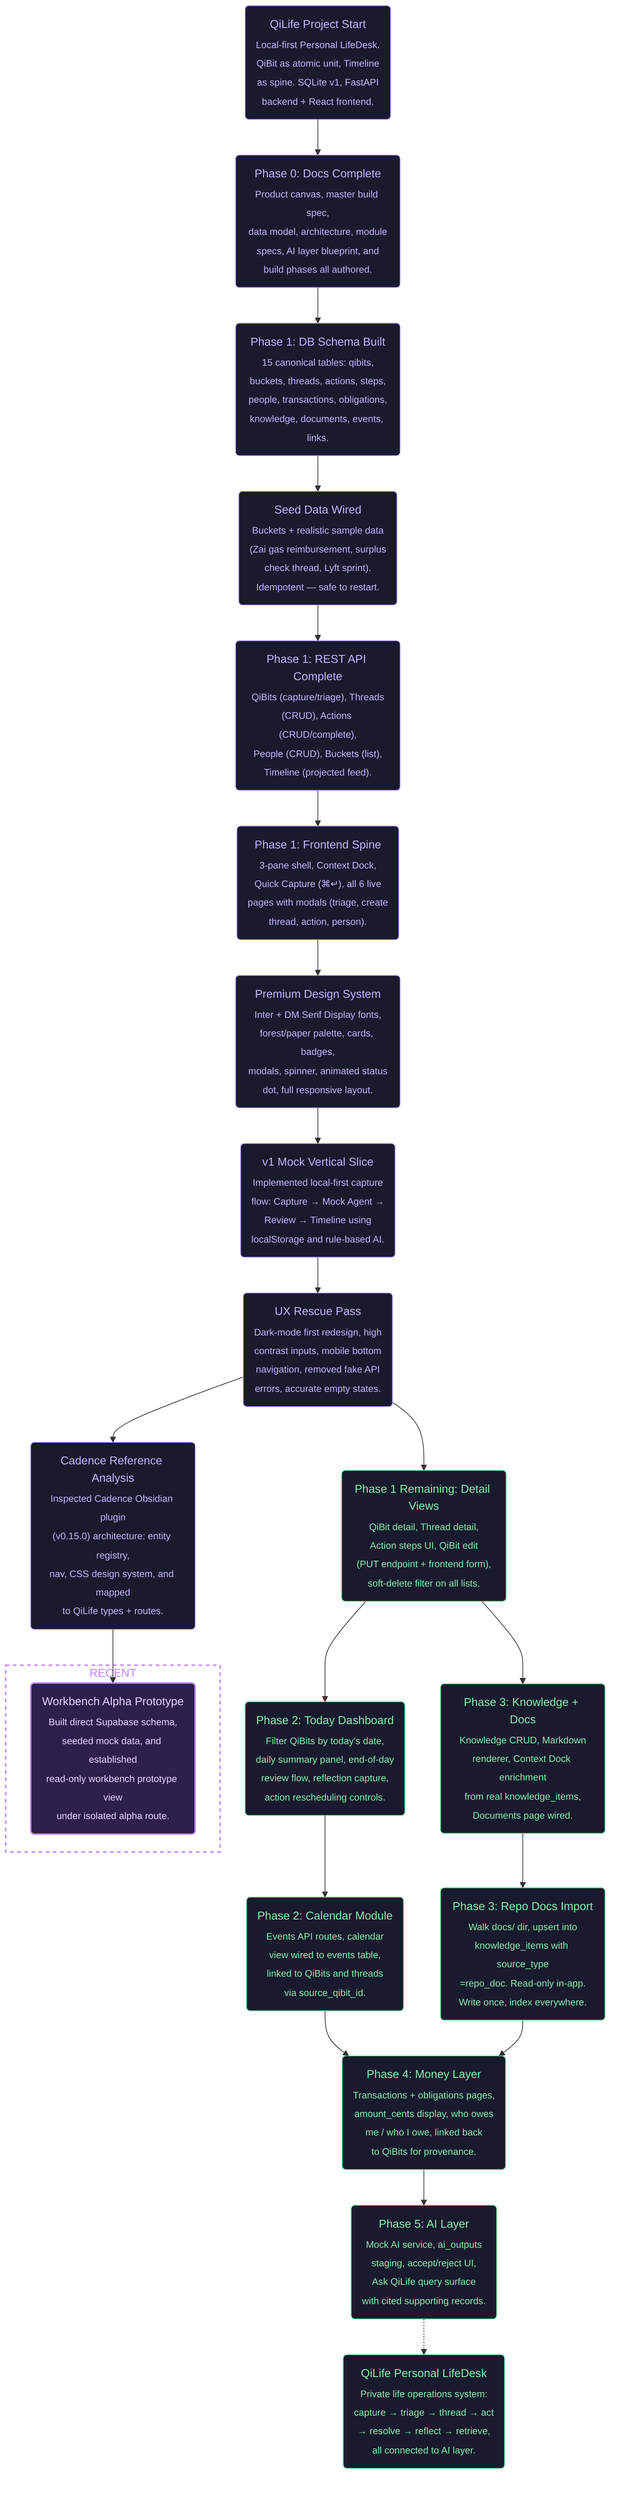
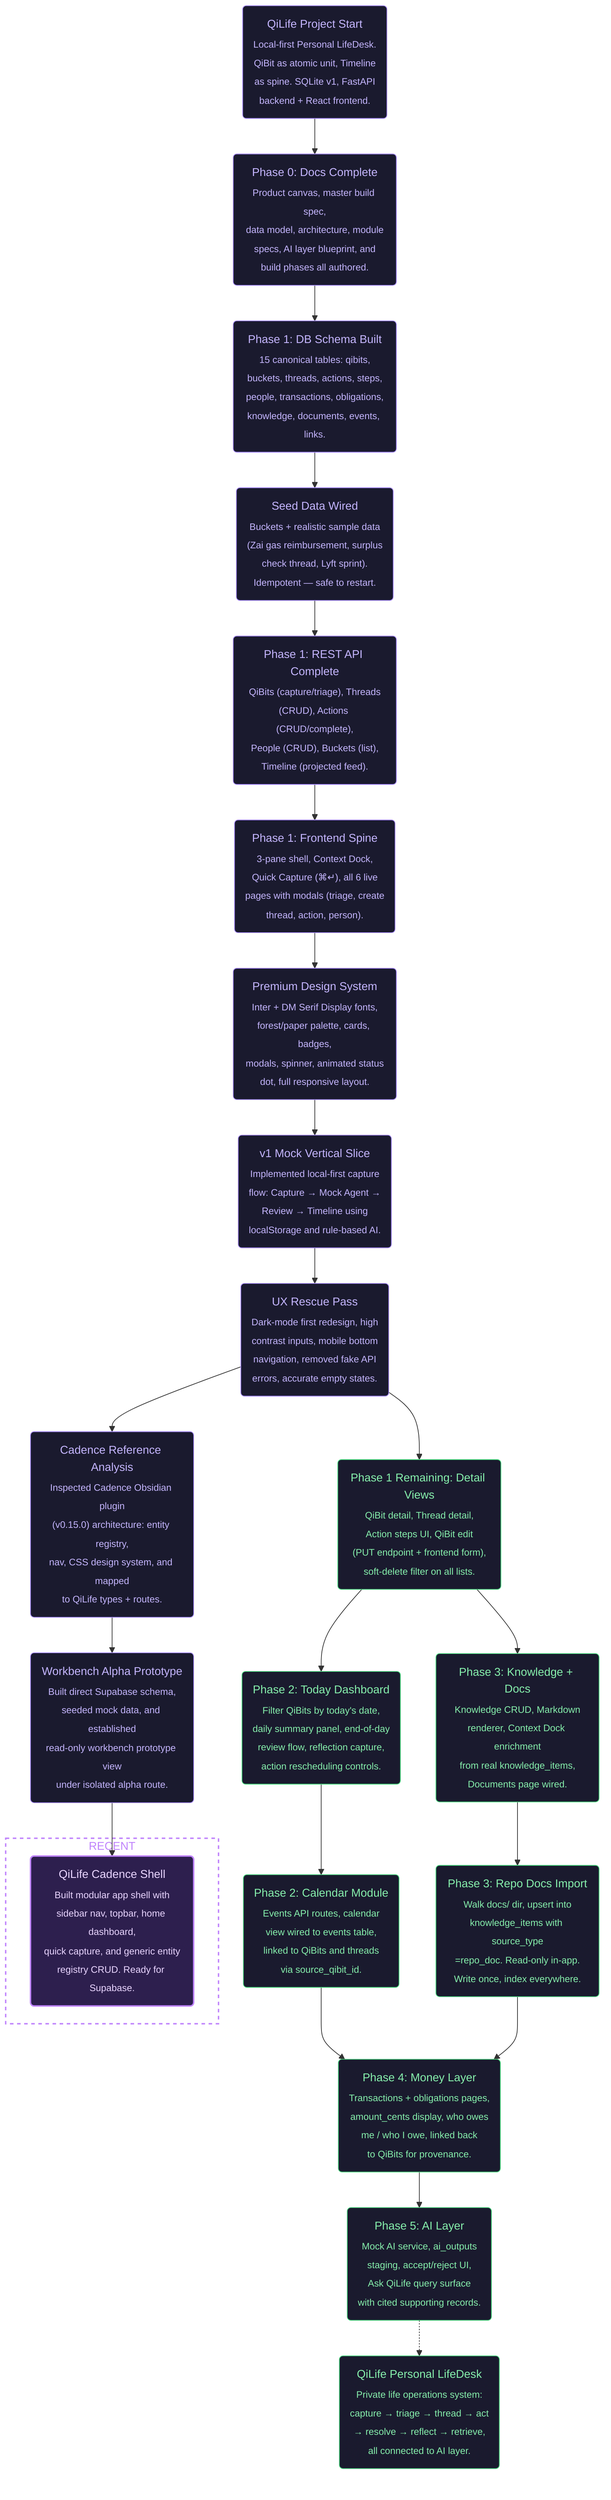
flowchart TD
    %% === PROJECT GOALS ===
    %% Ultimate Goal: QiLife — Cody's private Personal LifeDesk
    %% Current Goal: Phase 1 Spine complete, Cadence analysis done, move to Phase 2 Daily Command Layer

    %% === START ===
    %% @project_start [start, closed, 2026-05-29, cody]
    project_start("QiLife Project Start<br/><sub>Local-first Personal LifeDesk.<br/>QiBit as atomic unit, Timeline<br/>as spine. SQLite v1, FastAPI<br/>backend + React frontend.</sub>")

    %% @ultimate_goal [end, opened, 2026-05-29, cody]
    ultimate_goal("QiLife Personal LifeDesk<br/><sub>Private life operations system:<br/>capture → triage → thread → act<br/>→ resolve → reflect → retrieve,<br/>all connected to AI layer.</sub>")

    %% === PHASE 0 — DOCS ===
    %% @phase0_docs [ai-task, closed, 2026-05-29, cody]
    phase0_docs("Phase 0: Docs Complete<br/><sub>Product canvas, master build spec,<br/>data model, architecture, module<br/>specs, AI layer blueprint, and<br/>build phases all authored.</sub>")

    %% === PHASE 1 — SPINE ===
    %% @phase1_schema [ai-task, closed, 2026-05-29, codex]
    phase1_schema("Phase 1: DB Schema Built<br/><sub>15 canonical tables: qibits,<br/>buckets, threads, actions, steps,<br/>people, transactions, obligations,<br/>knowledge, documents, events, links.</sub>")

    %% @phase1_seed [ai-task, closed, 2026-05-29, codex]
    phase1_seed("Seed Data Wired<br/><sub>Buckets + realistic sample data<br/>(Zai gas reimbursement, surplus<br/>check thread, Lyft sprint).<br/>Idempotent — safe to restart.</sub>")

    %% @phase1_api [ai-task, closed, 2026-05-29, codex]
    phase1_api("Phase 1: REST API Complete<br/><sub>QiBits (capture/triage), Threads<br/>(CRUD), Actions (CRUD/complete),<br/>People (CRUD), Buckets (list),<br/>Timeline (projected feed).</sub>")

    %% @phase1_frontend [ai-task, closed, 2026-05-29, antigravity]
    phase1_frontend("Phase 1: Frontend Spine<br/><sub>3-pane shell, Context Dock,<br/>Quick Capture (⌘↵), all 6 live<br/>pages with modals (triage, create<br/>thread, action, person).</sub>")

    %% @phase1_design [ai-task, closed, 2026-05-29, antigravity]
    phase1_design("Premium Design System<br/><sub>Inter + DM Serif Display fonts,<br/>forest/paper palette, cards, badges,<br/>modals, spinner, animated status<br/>dot, full responsive layout.</sub>")

    %% === PHASE 2 — DAILY COMMAND ===
    %% @phase2_today [ai-task, opened, 2026-05-29, antigravity]
    phase2_today("Phase 2: Today Dashboard<br/><sub>Filter QiBits by today's date,<br/>daily summary panel, end-of-day<br/>review flow, reflection capture,<br/>action rescheduling controls.</sub>")

    %% @phase2_calendar [ai-task, opened, 2026-05-29, cody]
    phase2_calendar("Phase 2: Calendar Module<br/><sub>Events API routes, calendar<br/>view wired to events table,<br/>linked to QiBits and threads<br/>via source_qibit_id.</sub>")

    %% === PHASE 3 — CONTEXT LAYER ===
    %% @phase3_knowledge [ai-task, opened, 2026-05-29, cody]
    phase3_knowledge("Phase 3: Knowledge + Docs<br/><sub>Knowledge CRUD, Markdown<br/>renderer, Context Dock enrichment<br/>from real knowledge_items,<br/>Documents page wired.</sub>")

    %% @phase3_repo_import [ai-task, opened, 2026-05-29, cody]
    phase3_repo_import("Phase 3: Repo Docs Import<br/><sub>Walk docs/ dir, upsert into<br/>knowledge_items with source_type<br/>=repo_doc. Read-only in-app.<br/>Write once, index everywhere.</sub>")

    %% === PHASE 4 — MONEY ===
    %% @phase4_money [ai-task, opened, 2026-05-29, cody]
    phase4_money("Phase 4: Money Layer<br/><sub>Transactions + obligations pages,<br/>amount_cents display, who owes<br/>me / who I owe, linked back<br/>to QiBits for provenance.</sub>")

    %% === PHASE 5 — AI LAYER ===
    %% @phase5_ai [ai-task, opened, 2026-05-29, cody]
    phase5_ai("Phase 5: AI Layer<br/><sub>Mock AI service, ai_outputs<br/>staging, accept/reject UI,<br/>Ask QiLife query surface<br/>with cited supporting records.</sub>")

    %% === PHASE 1 REMAINING ===
    %% @phase1_detail_views [ai-task, opened, 2026-05-29, antigravity]
    phase1_detail_views("Phase 1 Remaining: Detail Views<br/><sub>QiBit detail, Thread detail,<br/>Action steps UI, QiBit edit<br/>(PUT endpoint + frontend form),<br/>soft-delete filter on all lists.</sub>")

    %% @phase1_mock_slice [ai-task, closed, 2026-05-30, antigravity]
    phase1_mock_slice("v1 Mock Vertical Slice<br/><sub>Implemented local-first capture<br/>flow: Capture → Mock Agent →<br/>Review → Timeline using<br/>localStorage and rule-based AI.</sub>")

    %% @phase1_ux_rescue [ai-task, closed, 2026-05-30, antigravity]
    phase1_ux_rescue("UX Rescue Pass<br/><sub>Dark-mode first redesign, high<br/>contrast inputs, mobile bottom<br/>navigation, removed fake API<br/>errors, accurate empty states.</sub>")

    %% === CADENCE REFERENCE ANALYSIS (parallel branch) ===
    %% @cadence_analysis [ai-task, closed, 2026-06-16, antigravity]
    cadence_analysis("Cadence Reference Analysis<br/><sub>Inspected Cadence Obsidian plugin<br/>(v0.15.0) architecture: entity registry,<br/>nav, CSS design system, and mapped<br/>to QiLife types + routes.</sub>")

    %% === PHASE 2 WORKBENCH PROTOTYPE ===
    %% @workbench_prototype [ai-task, closed, 2026-06-17, antigravity]
    workbench_prototype("Workbench Alpha Prototype<br/><sub>Built direct Supabase schema,<br/>seeded mock data, and established<br/>read-only workbench prototype view<br/>under isolated alpha route.</sub>")

+     %% === QILIFE CADENCE SHELL ===
+     %% @qilife_cadence_shell [ai-task, closed, 2026-06-23, antigravity]
+     qilife_cadence_shell("QiLife Cadence Shell<br/><sub>Built modular app shell with<br/>sidebar nav, topbar, home dashboard,<br/>quick capture, and generic entity<br/>registry CRUD. Ready for Supabase.</sub>")
+ 
    %% === CONNECTIONS ===
    project_start --> phase0_docs
    phase0_docs --> phase1_schema
    phase1_schema --> phase1_seed
    phase1_seed --> phase1_api
    phase1_api --> phase1_frontend
    phase1_frontend --> phase1_design
    phase1_design --> phase1_mock_slice
    phase1_mock_slice --> phase1_ux_rescue
    phase1_ux_rescue --> phase1_detail_views
    phase1_ux_rescue --> cadence_analysis
    cadence_analysis --> workbench_prototype
+     workbench_prototype --> qilife_cadence_shell

    phase1_detail_views --> phase2_today
    phase2_today --> phase2_calendar

    phase1_detail_views --> phase3_knowledge
    phase3_knowledge --> phase3_repo_import

    phase2_calendar --> phase4_money
    phase3_repo_import --> phase4_money

    phase4_money --> phase5_ai
    phase5_ai -.-> ultimate_goal

    %% === RECENT ===
    subgraph recent [RECENT]
-         workbench_prototype
+         qilife_cadence_shell
    end

    %% === STYLES ===
    %% Closed (soft purple)
    style project_start fill:#1a1a2e,stroke:#a78bfa,color:#c4b5fd,stroke-width:1px
    style phase0_docs fill:#1a1a2e,stroke:#a78bfa,color:#c4b5fd,stroke-width:1px
    style phase1_schema fill:#1a1a2e,stroke:#a78bfa,color:#c4b5fd,stroke-width:1px
    style phase1_seed fill:#1a1a2e,stroke:#a78bfa,color:#c4b5fd,stroke-width:1px
    style phase1_api fill:#1a1a2e,stroke:#a78bfa,color:#c4b5fd,stroke-width:1px
    style phase1_frontend fill:#1a1a2e,stroke:#a78bfa,color:#c4b5fd,stroke-width:1px
    style phase1_design fill:#1a1a2e,stroke:#a78bfa,color:#c4b5fd,stroke-width:1px
    style phase1_mock_slice fill:#1a1a2e,stroke:#a78bfa,color:#c4b5fd,stroke-width:1px
    style phase1_ux_rescue fill:#1a1a2e,stroke:#a78bfa,color:#c4b5fd,stroke-width:1px
    style cadence_analysis fill:#1a1a2e,stroke:#a78bfa,color:#c4b5fd,stroke-width:1px
-     style workbench_prototype fill:#2d1f4e,stroke:#c084fc,color:#e9d5ff,stroke-width:2px
+     style workbench_prototype fill:#1a1a2e,stroke:#a78bfa,color:#c4b5fd,stroke-width:1px
+     style qilife_cadence_shell fill:#2d1f4e,stroke:#c084fc,color:#e9d5ff,stroke-width:2px
    style recent fill:transparent,stroke:#c084fc,color:#c084fc,stroke-width:2px,stroke-dasharray:5 5

    %% Open (soft green)
    style ultimate_goal fill:#1a1a2e,stroke:#4ade80,color:#86efac,stroke-width:1px
    style phase1_detail_views fill:#1a1a2e,stroke:#4ade80,color:#86efac,stroke-width:1px
    style phase2_today fill:#1a1a2e,stroke:#4ade80,color:#86efac,stroke-width:1px
    style phase2_calendar fill:#1a1a2e,stroke:#4ade80,color:#86efac,stroke-width:1px
    style phase3_knowledge fill:#1a1a2e,stroke:#4ade80,color:#86efac,stroke-width:1px
    style phase3_repo_import fill:#1a1a2e,stroke:#4ade80,color:#86efac,stroke-width:1px
    style phase4_money fill:#1a1a2e,stroke:#4ade80,color:#86efac,stroke-width:1px
    style phase5_ai fill:#1a1a2e,stroke:#4ade80,color:#86efac,stroke-width:1px
